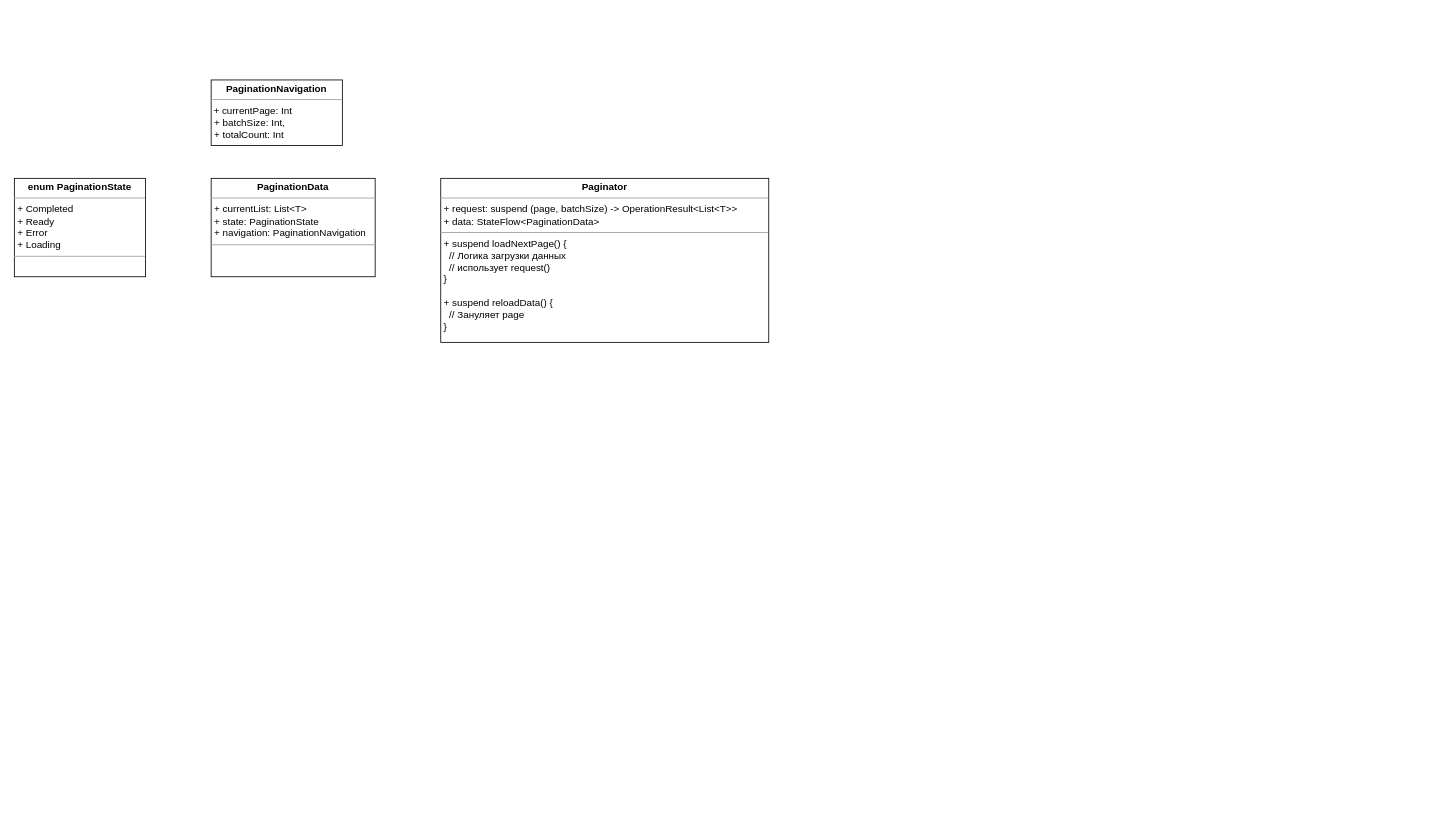
ShiryaevNikolay/diagrams keeps this draw.io diagram as feature/Пагинатор.drawio. Above is the earlier version. Source tidied: cells renumbered, new cells numbered last; positions are measured from the earlier drawing's top-left corner, leaving out a move shared by most shapes. Both pictures are drawn from the tidied source at 82%, with x=0, y=0 at pixel (14, 80).
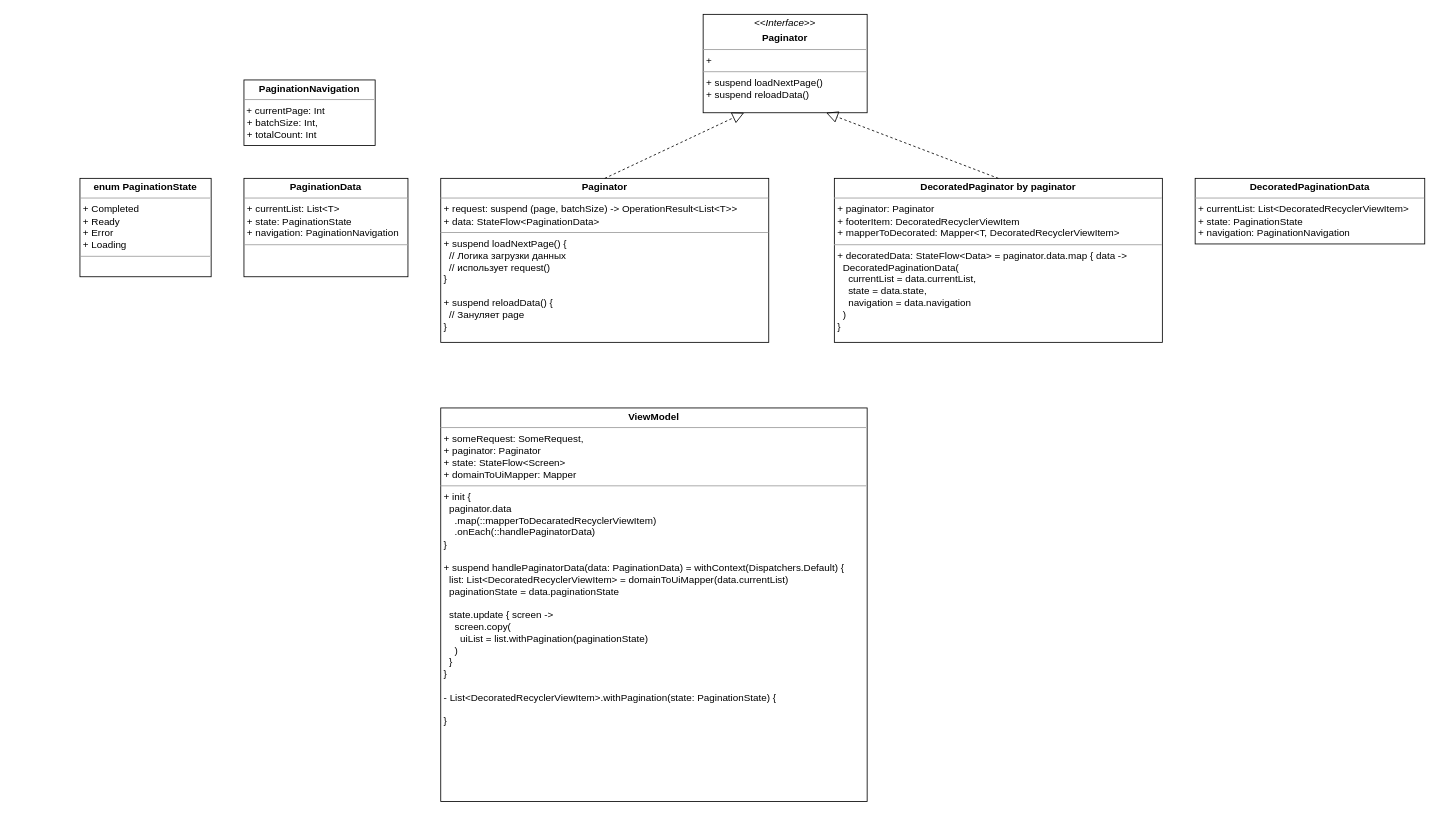
Above is the later version.

Diff of the diagram source:
```diff
@@
 <mxGraphModel>
   <root>
     <mxCell id="0" />
     <mxCell id="1" parent="0" />
     <mxCell id="2" value="&lt;p style=&quot;margin:0px;margin-top:4px;text-align:center;&quot;&gt;&lt;b&gt;enum PaginationState&lt;br&gt;&lt;/b&gt;&lt;/p&gt;&lt;hr size=&quot;1&quot;&gt;&lt;p style=&quot;margin:0px;margin-left:4px;&quot;&gt;+ Completed&lt;/p&gt;&lt;p style=&quot;margin:0px;margin-left:4px;&quot;&gt;+ Ready&lt;/p&gt;&lt;p style=&quot;margin:0px;margin-left:4px;&quot;&gt;+ Error&lt;/p&gt;&lt;p style=&quot;margin:0px;margin-left:4px;&quot;&gt;+ Loading&lt;br&gt;&lt;/p&gt;&lt;hr size=&quot;1&quot;&gt;" style="verticalAlign=top;align=left;overflow=fill;fontSize=12;fontFamily=Helvetica;html=1;whiteSpace=wrap;rounded=0;" parent="1" vertex="1">
-      <mxGeometry y="120" width="160" height="120" as="geometry" />
+      <mxGeometry x="80" y="120" width="160" height="120" as="geometry" />
     </mxCell>
     <mxCell id="3" value="&lt;p style=&quot;margin:0px;margin-top:4px;text-align:center;&quot;&gt;&lt;b&gt;PaginationData&lt;/b&gt;&lt;/p&gt;&lt;hr size=&quot;1&quot;&gt;&lt;p style=&quot;margin:0px;margin-left:4px;&quot;&gt;+ currentList: List&amp;lt;T&amp;gt;&lt;/p&gt;&lt;p style=&quot;margin:0px;margin-left:4px;&quot;&gt;+ state: PaginationState&lt;/p&gt;&lt;p style=&quot;margin:0px;margin-left:4px;&quot;&gt;+ navigation: PaginationNavigation&lt;br&gt;&lt;/p&gt;&lt;hr size=&quot;1&quot;&gt;" style="verticalAlign=top;align=left;overflow=fill;fontSize=12;fontFamily=Helvetica;html=1;whiteSpace=wrap;rounded=0;" parent="1" vertex="1">
-      <mxGeometry x="240" y="120" width="200" height="120" as="geometry" />
+      <mxGeometry x="280" y="120" width="200" height="120" as="geometry" />
     </mxCell>
     <mxCell id="4" value="&lt;p style=&quot;margin:0px;margin-top:4px;text-align:center;&quot;&gt;&lt;b&gt;Paginator&lt;/b&gt;&lt;/p&gt;&lt;hr size=&quot;1&quot;&gt;&lt;p style=&quot;margin:0px;margin-left:4px;&quot;&gt;+ request: suspend (page, batchSize) -&amp;gt; OperationResult&amp;lt;List&amp;lt;T&amp;gt;&amp;gt;&lt;br&gt;&lt;/p&gt;&lt;p style=&quot;margin:0px;margin-left:4px;&quot;&gt;+ data: StateFlow&amp;lt;PaginationData&amp;gt;&lt;/p&gt;&lt;hr size=&quot;1&quot;&gt;&lt;p style=&quot;margin:0px;margin-left:4px;&quot;&gt;+ suspend loadNextPage() {&lt;/p&gt;&lt;p style=&quot;margin:0px;margin-left:4px;&quot;&gt;&amp;nbsp; // Логика загрузки данных&lt;/p&gt;&lt;p style=&quot;margin:0px;margin-left:4px;&quot;&gt;&amp;nbsp; // использует request()&lt;br&gt;&lt;/p&gt;&lt;p style=&quot;margin:0px;margin-left:4px;&quot;&gt;}&lt;/p&gt;&lt;p style=&quot;margin:0px;margin-left:4px;&quot;&gt;&lt;br&gt;&lt;/p&gt;&lt;p style=&quot;margin:0px;margin-left:4px;&quot;&gt;+ suspend reloadData() {&lt;/p&gt;&lt;p style=&quot;margin:0px;margin-left:4px;&quot;&gt;&amp;nbsp; // Зануляет page&lt;br&gt;&lt;/p&gt;&lt;p style=&quot;margin:0px;margin-left:4px;&quot;&gt;}&lt;br&gt;&lt;/p&gt;" style="verticalAlign=top;align=left;overflow=fill;fontSize=12;fontFamily=Helvetica;html=1;whiteSpace=wrap;rounded=0;" parent="1" vertex="1">
       <mxGeometry x="520" y="120" width="400" height="200" as="geometry" />
     </mxCell>
     <mxCell id="5" value="&lt;p style=&quot;margin:0px;margin-top:4px;text-align:center;&quot;&gt;&lt;b&gt;PaginationNavigation&lt;/b&gt;&lt;/p&gt;&lt;hr size=&quot;1&quot;&gt;&amp;nbsp;+ currentPage: Int&lt;p style=&quot;margin:0px;margin-left:4px;&quot;&gt;+ batchSize: Int,&lt;/p&gt;&lt;p style=&quot;margin:0px;margin-left:4px;&quot;&gt;+ totalCount: Int&lt;br&gt;&lt;/p&gt;&lt;hr size=&quot;1&quot;&gt;" style="verticalAlign=top;align=left;overflow=fill;fontSize=12;fontFamily=Helvetica;html=1;whiteSpace=wrap;rounded=0;" parent="1" vertex="1">
-      <mxGeometry x="240" width="160" height="80" as="geometry" />
+      <mxGeometry x="280" width="160" height="80" as="geometry" />
     </mxCell>
+    <mxCell id="6" value="&lt;p style=&quot;margin:0px;margin-top:4px;text-align:center;&quot;&gt;&lt;b&gt;ViewModel&lt;/b&gt;&lt;/p&gt;&lt;hr size=&quot;1&quot;&gt;&lt;p style=&quot;margin:0px;margin-left:4px;&quot;&gt;+ someRequest: SomeRequest,&lt;br&gt;&lt;/p&gt;&lt;p style=&quot;margin:0px;margin-left:4px;&quot;&gt;+ paginator: Paginator&lt;/p&gt;&lt;p style=&quot;margin:0px;margin-left:4px;&quot;&gt;+ state: StateFlow&amp;lt;Screen&amp;gt;&lt;/p&gt;&lt;p style=&quot;margin:0px;margin-left:4px;&quot;&gt;+ domainToUiMapper: Mapper&lt;br&gt;&lt;/p&gt;&lt;hr size=&quot;1&quot;&gt;&lt;p style=&quot;margin:0px;margin-left:4px;&quot;&gt;+ init {&lt;/p&gt;&lt;p style=&quot;margin:0px;margin-left:4px;&quot;&gt;&amp;nbsp; paginator.data&lt;/p&gt;&lt;p style=&quot;margin:0px;margin-left:4px;&quot;&gt;&amp;nbsp;&amp;nbsp;&amp;nbsp; .map(::mapperToDecaratedRecyclerViewItem)&lt;/p&gt;&lt;p style=&quot;margin:0px;margin-left:4px;&quot;&gt;&amp;nbsp;&amp;nbsp;&amp;nbsp; .onEach(::handlePaginatorData)&lt;br&gt;&lt;/p&gt;&lt;p style=&quot;margin:0px;margin-left:4px;&quot;&gt;}&lt;/p&gt;&lt;p style=&quot;margin:0px;margin-left:4px;&quot;&gt;&lt;br&gt;&lt;/p&gt;&lt;p style=&quot;margin:0px;margin-left:4px;&quot;&gt;+ suspend handlePaginatorData(data: PaginationData) = withContext(Dispatchers.Default) {&lt;/p&gt;&lt;p style=&quot;margin:0px;margin-left:4px;&quot;&gt;&amp;nbsp; list: List&amp;lt;DecoratedRecyclerViewItem&amp;gt; = domainToUiMapper(data.currentList)&lt;br&gt;&lt;/p&gt;&lt;p style=&quot;margin:0px;margin-left:4px;&quot;&gt;&amp;nbsp; paginationState = data.paginationState&lt;/p&gt;&lt;p style=&quot;margin:0px;margin-left:4px;&quot;&gt;&lt;br&gt;&lt;/p&gt;&lt;p style=&quot;margin:0px;margin-left:4px;&quot;&gt;&amp;nbsp; state.update { screen -&amp;gt;&lt;br&gt;&lt;/p&gt;&lt;p style=&quot;margin:0px;margin-left:4px;&quot;&gt;&amp;nbsp;&amp;nbsp;&amp;nbsp; screen.copy(&lt;/p&gt;&lt;p style=&quot;margin:0px;margin-left:4px;&quot;&gt;&amp;nbsp;&amp;nbsp;&amp;nbsp;&amp;nbsp;&amp;nbsp; uiList = list.withPagination(paginationState)&lt;br&gt;&lt;/p&gt;&lt;p style=&quot;margin:0px;margin-left:4px;&quot;&gt;&amp;nbsp;&amp;nbsp;&amp;nbsp; )&lt;br&gt;&lt;/p&gt;&lt;p style=&quot;margin:0px;margin-left:4px;&quot;&gt;&amp;nbsp; }&lt;br&gt;&lt;/p&gt;&lt;p style=&quot;margin:0px;margin-left:4px;&quot;&gt;}&lt;/p&gt;&lt;p style=&quot;margin:0px;margin-left:4px;&quot;&gt;&lt;br&gt;&lt;/p&gt;&lt;p style=&quot;margin:0px;margin-left:4px;&quot;&gt;- List&amp;lt;DecoratedRecyclerViewItem&amp;gt;.withPagination(state: PaginationState) {&lt;/p&gt;&lt;p style=&quot;margin:0px;margin-left:4px;&quot;&gt;&amp;nbsp; &lt;br&gt;&lt;/p&gt;&lt;p style=&quot;margin:0px;margin-left:4px;&quot;&gt;}&lt;br&gt;&lt;/p&gt;" style="verticalAlign=top;align=left;overflow=fill;fontSize=12;fontFamily=Helvetica;html=1;whiteSpace=wrap;" parent="1" vertex="1">
+      <mxGeometry x="520" y="400" width="520" height="480" as="geometry" />
+    </mxCell>
+    <mxCell id="7" value="&lt;p style=&quot;margin:0px;margin-top:4px;text-align:center;&quot;&gt;&lt;b&gt;DecoratedPaginator by paginator&lt;br&gt;&lt;/b&gt;&lt;/p&gt;&lt;hr size=&quot;1&quot;&gt;&lt;p style=&quot;margin:0px;margin-left:4px;&quot;&gt;+ paginator: Paginator&lt;/p&gt;&lt;p style=&quot;margin:0px;margin-left:4px;&quot;&gt;+ footerItem: DecoratedRecyclerViewItem&lt;/p&gt;&lt;p style=&quot;margin:0px;margin-left:4px;&quot;&gt;+ mapperToDecorated: Mapper&amp;lt;T, DecoratedRecyclerViewItem&amp;gt;&lt;br&gt;&lt;/p&gt;&lt;hr size=&quot;1&quot;&gt;&lt;p style=&quot;margin:0px;margin-left:4px;&quot;&gt;+ decoratedData: StateFlow&amp;lt;Data&amp;gt; = paginator.data.map { data -&amp;gt;&lt;br&gt;&lt;/p&gt;&lt;p style=&quot;margin:0px;margin-left:4px;&quot;&gt;&amp;nbsp; DecoratedPaginationData(&lt;/p&gt;&lt;p style=&quot;margin:0px;margin-left:4px;&quot;&gt;&amp;nbsp;&amp;nbsp;&amp;nbsp; currentList = data.currentList,&lt;/p&gt;&lt;p style=&quot;margin:0px;margin-left:4px;&quot;&gt;&amp;nbsp;&amp;nbsp;&amp;nbsp; state = data.state,&lt;/p&gt;&lt;p style=&quot;margin:0px;margin-left:4px;&quot;&gt;&amp;nbsp;&amp;nbsp;&amp;nbsp; navigation = data.navigation&lt;br&gt;&lt;/p&gt;&lt;p style=&quot;margin:0px;margin-left:4px;&quot;&gt;&amp;nbsp; )&lt;br&gt;&lt;/p&gt;&lt;p style=&quot;margin:0px;margin-left:4px;&quot;&gt;}&lt;br&gt;&lt;/p&gt;" style="verticalAlign=top;align=left;overflow=fill;fontSize=12;fontFamily=Helvetica;html=1;whiteSpace=wrap;" parent="1" vertex="1">
+      <mxGeometry x="1000" y="120" width="400" height="200" as="geometry" />
+    </mxCell>
+    <mxCell id="8" value="&lt;p style=&quot;margin:0px;margin-top:4px;text-align:center;&quot;&gt;&lt;b&gt;DecoratedPaginationData&lt;/b&gt;&lt;/p&gt;&lt;hr size=&quot;1&quot;&gt;&lt;p style=&quot;margin:0px;margin-left:4px;&quot;&gt;+ currentList: List&amp;lt;DecoratedRecyclerViewItem&amp;gt;&lt;/p&gt;&lt;p style=&quot;margin:0px;margin-left:4px;&quot;&gt;+ state: PaginationState&lt;/p&gt;&lt;p style=&quot;margin:0px;margin-left:4px;&quot;&gt;+ navigation: PaginationNavigation&lt;br&gt;&lt;/p&gt;&lt;hr size=&quot;1&quot;&gt;" style="verticalAlign=top;align=left;overflow=fill;fontSize=12;fontFamily=Helvetica;html=1;whiteSpace=wrap;rounded=0;" parent="1" vertex="1">
+      <mxGeometry x="1440" y="120" width="280" height="80" as="geometry" />
+    </mxCell>
+    <mxCell id="9" value="&lt;p style=&quot;margin:0px;margin-top:4px;text-align:center;&quot;&gt;&lt;i&gt;&amp;lt;&amp;lt;Interface&amp;gt;&amp;gt;&lt;/i&gt;&lt;/p&gt;&lt;p style=&quot;margin:0px;margin-top:4px;text-align:center;&quot;&gt;&lt;b&gt;Paginator&lt;/b&gt;&lt;br&gt;&lt;/p&gt;&lt;hr size=&quot;1&quot;&gt;&lt;p style=&quot;margin:0px;margin-left:4px;&quot;&gt;+&lt;/p&gt;&lt;hr size=&quot;1&quot;&gt;&lt;p style=&quot;margin:0px;margin-left:4px;&quot;&gt;+ suspend loadNextPage()&lt;br&gt;+ suspend reloadData()&lt;br&gt;&lt;/p&gt;" style="verticalAlign=top;align=left;overflow=fill;fontSize=12;fontFamily=Helvetica;html=1;whiteSpace=wrap;" parent="1" vertex="1">
+      <mxGeometry x="840" y="-80" width="200" height="120" as="geometry" />
+    </mxCell>
+    <mxCell id="10" style="endArrow=block;dashed=1;endFill=0;endSize=12;html=1;exitX=0.5;exitY=0;exitDx=0;exitDy=0;entryX=0.25;entryY=1;entryDx=0;entryDy=0;" parent="1" edge="1" source="4" target="9">
+      <mxGeometry relative="1" as="geometry" />
+    </mxCell>
+    <mxCell id="11" style="endArrow=block;dashed=1;endFill=0;endSize=12;html=1;exitX=0.5;exitY=0;exitDx=0;exitDy=0;entryX=0.75;entryY=1;entryDx=0;entryDy=0;" parent="1" edge="1" source="7" target="9">
+      <mxGeometry relative="1" as="geometry" />
+    </mxCell>
   </root>
 </mxGraphModel>
```
